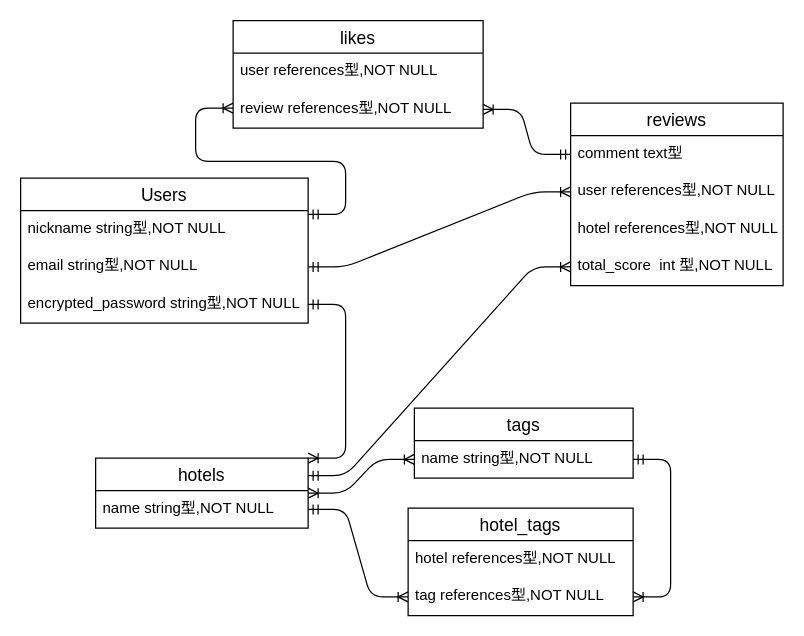
This is Relationship.dio from yasfu/accommodationreview, a draw.io file, before an edit. Source tidied: cells renumbered, new cells numbered last; positions are measured from the earlier drawing's top-left corner, leaving out a move shared by most shapes. Both pictures are drawn from the tidied source at 125%, with x=0, y=0 at pixel (20, 20).
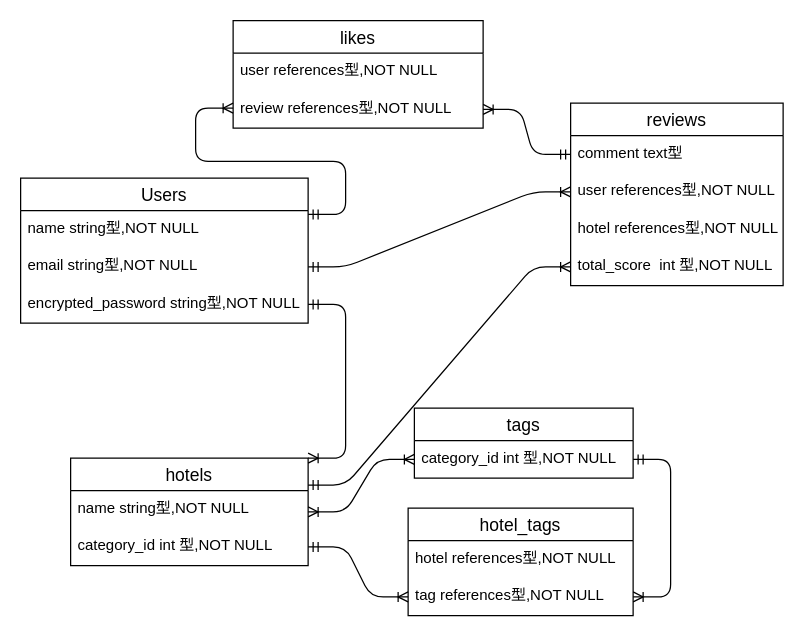
The same diagram, later.

Commit message (it also covers changes not shown here):
データベース設計変更 タグ検索用

The change refers to these unchanged cells:
```xml
<mxCell id="2" value="Users" style="swimlane;fontStyle=0;horizontal=1;startSize=26;align=center;fontSize=14;" parent="1" vertex="1">
  <mxGeometry y="126" width="230" height="116" as="geometry" />
</mxCell>
<mxCell id="8" value="tags" style="swimlane;fontStyle=0;horizontal=1;startSize=26;align=center;fontSize=14;" parent="1" vertex="1">
  <mxGeometry x="315" y="310" width="175" height="56" as="geometry" />
</mxCell>
```

Change to the diagram source:
```diff
@@
-    <mxCell id="3" value="nickname string型,NOT NULL" style="text;strokeColor=none;fillColor=none;spacingLeft=4;spacingRight=4;overflow=hidden;fontSize=12;" parent="2" vertex="1">
+    <mxCell id="3" value="name string型,NOT NULL" style="text;strokeColor=none;fillColor=none;spacingLeft=4;spacingRight=4;overflow=hidden;fontSize=12;" parent="2" vertex="1">
       <mxGeometry y="26" width="230" height="30" as="geometry" />
     </mxCell>
@@
     <mxCell id="6" value="hotels" style="swimlane;fontStyle=0;horizontal=1;startSize=26;align=center;fontSize=14;" parent="1" vertex="1">
-      <mxGeometry x="60" y="350" width="170" height="56" as="geometry" />
+      <mxGeometry x="40" y="350" width="190" height="86" as="geometry" />
     </mxCell>
+    <mxCell id="29" value="name string型,NOT NULL" style="text;strokeColor=none;fillColor=none;spacingLeft=4;spacingRight=4;overflow=hidden;fontSize=12;" parent="6" vertex="1">
+      <mxGeometry y="26" width="190" height="30" as="geometry" />
+    </mxCell>
-    <mxCell id="7" value="name string型,NOT NULL" style="text;strokeColor=none;fillColor=none;spacingLeft=4;spacingRight=4;overflow=hidden;points=[[0,0.5],[1,0.5]];portConstraint=eastwest;fontSize=12;" parent="6" vertex="1">
-      <mxGeometry y="26" width="170" height="30" as="geometry" />
+    <mxCell id="7" value="category_id int 型,NOT NULL" style="text;strokeColor=none;fillColor=none;spacingLeft=4;spacingRight=4;overflow=hidden;points=[[0,0.5],[1,0.5]];portConstraint=eastwest;fontSize=12;" parent="6" vertex="1">
+      <mxGeometry y="56" width="190" height="30" as="geometry" />
     </mxCell>
@@
-    <mxCell id="9" value="name string型,NOT NULL" style="text;strokeColor=none;fillColor=none;spacingLeft=4;spacingRight=4;overflow=hidden;points=[[0,0.5],[1,0.5]];portConstraint=eastwest;fontSize=12;" parent="8" vertex="1">
+    <mxCell id="9" value="category_id int 型,NOT NULL" style="text;strokeColor=none;fillColor=none;spacingLeft=4;spacingRight=4;overflow=hidden;points=[[0,0.5],[1,0.5]];portConstraint=eastwest;fontSize=12;" parent="8" vertex="1">
       <mxGeometry y="26" width="175" height="30" as="geometry" />
     </mxCell>
```
